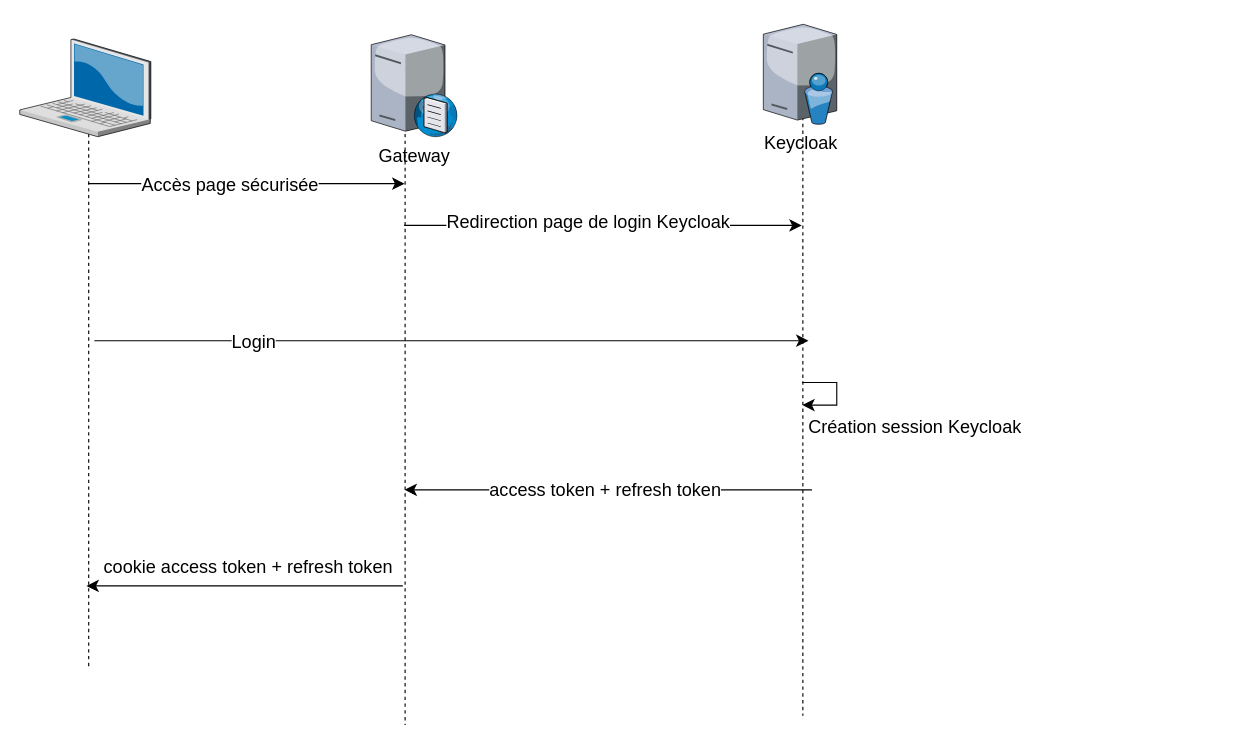
Before: flow-login.drawio in omasseau/drawio, a draw.io diagram. Source tidied: cells renumbered, new cells numbered last; positions are measured from the earlier drawing's top-left corner, leaving out a move shared by most shapes. Both pictures are drawn from the tidied source at 113%, with x=0, y=0 at pixel (19, 24).
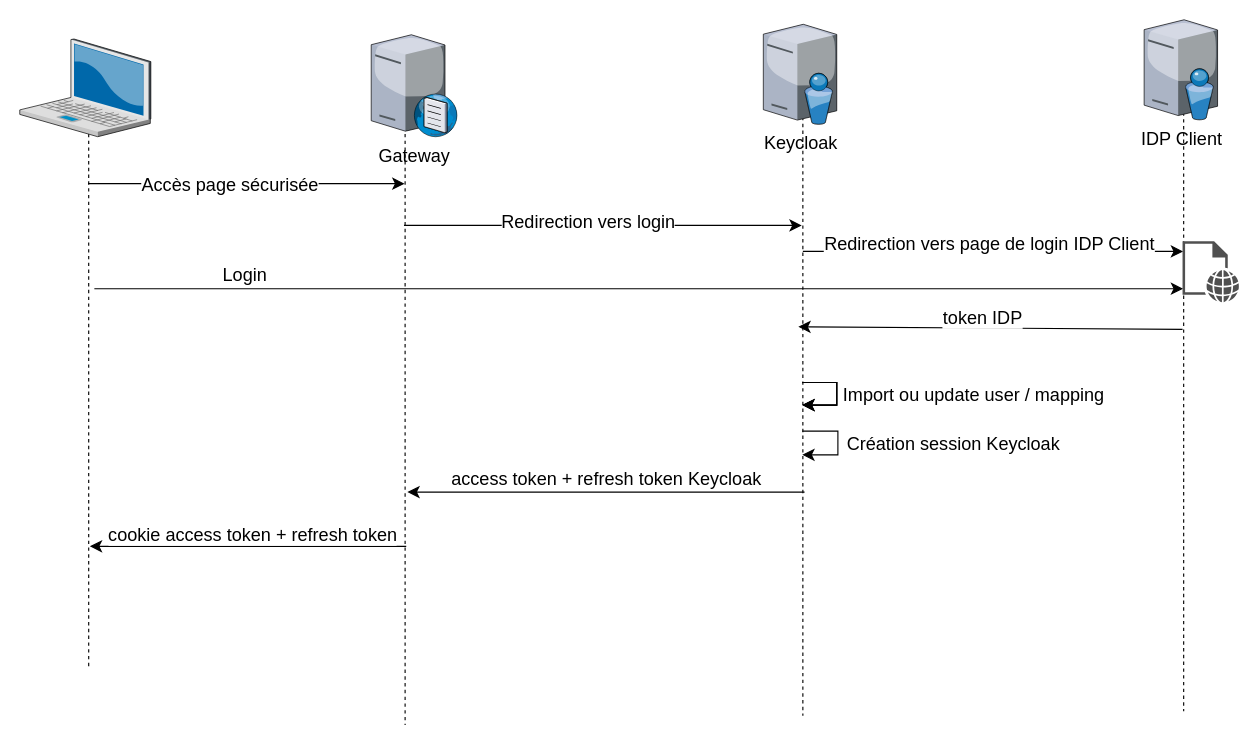
Above is the later version.

Unchanged cells that the change refers to:
```xml
<mxCell id="7" style="edgeStyle=none;curved=0;rounded=0;orthogonalLoop=1;jettySize=auto;html=1;fontSize=12;startSize=8;endSize=8;" parent="1" edge="1">
  <mxGeometry relative="1" as="geometry">
    <mxPoint x="340" y="178" as="sourcePoint" />
    <mxPoint x="692" y="178" as="targetPoint" />
  </mxGeometry>
</mxCell>
<mxCell id="11" style="shape=umlLifeline;perimeter=lifelinePerimeter;whiteSpace=wrap;html=1;outlineConnect=0;portConstraint=eastwest;newEdgeStyle={&quot;curved&quot;:0,&quot;rounded&quot;:0};participant=umlActor;fontSize=16;" parent="1" vertex="1">
  <mxGeometry x="331" y="45" width="20" height="575" as="geometry" />
</mxCell>
<mxCell id="14" style="shape=umlLifeline;perimeter=lifelinePerimeter;whiteSpace=wrap;html=1;outlineConnect=0;portConstraint=eastwest;newEdgeStyle={&quot;curved&quot;:0,&quot;rounded&quot;:0};participant=umlActor;fontSize=16;" parent="1" vertex="1">
  <mxGeometry x="683" y="42" width="20" height="570" as="geometry" />
</mxCell>
```

Change to the diagram source:
```diff
@@
     <mxCell id="4" style="edgeStyle=none;curved=0;rounded=0;orthogonalLoop=1;jettySize=auto;html=1;fontSize=12;startSize=8;endSize=8;" parent="1" edge="1">
       <mxGeometry relative="1" as="geometry">
-        <mxPoint x="66" y="280" as="sourcePoint" />
-        <mxPoint x="698" y="280" as="targetPoint" />
+        <mxPoint x="66" y="234" as="sourcePoint" />
+        <mxPoint x="1029.5" y="234" as="targetPoint" />
       </mxGeometry>
     </mxCell>
     <mxCell id="5" value="&lt;div&gt;Login&lt;/div&gt;" style="edgeLabel;html=1;align=center;verticalAlign=middle;fontSize=16;" parent="4" vertex="1">
       <mxGeometry x="0.45" y="-1" relative="1" as="geometry">
-        <mxPoint x="-318" y="-1" as="offset" />
+        <mxPoint x="-567" y="-14" as="offset" />
       </mxGeometry>
     </mxCell>
@@
-    <mxCell id="8" value="Redirection page de login Keycloak" style="edgeLabel;html=1;align=center;verticalAlign=middle;fontSize=16;" parent="7" vertex="1">
+    <mxCell id="8" value="Redirection vers login" style="edgeLabel;html=1;align=center;verticalAlign=middle;fontSize=16;" parent="7" vertex="1">
       <mxGeometry x="-0.08" y="4" relative="1" as="geometry" />
     </mxCell>
     <mxCell id="9" style="edgeStyle=none;curved=0;rounded=0;orthogonalLoop=1;jettySize=auto;html=1;fontSize=12;startSize=8;endSize=8;" parent="1" edge="1">
       <mxGeometry relative="1" as="geometry">
-        <mxPoint x="339" y="497" as="sourcePoint" />
-        <mxPoint x="59" y="497" as="targetPoint" />
+        <mxPoint x="342" y="462" as="sourcePoint" />
+        <mxPoint x="62" y="462" as="targetPoint" />
       </mxGeometry>
     </mxCell>
     <mxCell id="10" value="cookie access token + refresh token" style="edgeLabel;html=1;align=center;verticalAlign=middle;fontSize=16;" parent="9" vertex="1">
       <mxGeometry x="-0.48" y="-3" relative="1" as="geometry">
-        <mxPoint x="-65" y="-15" as="offset" />
+        <mxPoint x="-64" y="-8" as="offset" />
       </mxGeometry>
     </mxCell>
@@
-    <mxCell id="12" style="edgeStyle=none;curved=0;rounded=0;jettySize=auto;html=1;fontSize=12;startSize=8;endSize=8;" parent="1" edge="1" target="11">
+    <mxCell id="12" style="edgeStyle=none;curved=0;rounded=0;orthogonalLoop=1;jettySize=auto;html=1;fontSize=12;startSize=8;endSize=8;" parent="1" edge="1">
       <mxGeometry relative="1" as="geometry">
-        <mxPoint x="701" y="412" as="sourcePoint" />
+        <mxPoint x="694.5" y="414" as="sourcePoint" />
+        <mxPoint x="343" y="414" as="targetPoint" />
       </mxGeometry>
     </mxCell>
-    <mxCell id="13" value="access token + refresh token" style="edgeLabel;html=1;align=center;verticalAlign=middle;fontSize=16;" parent="12" vertex="1">
+    <mxCell id="13" value="access token + refresh token Keycloak" style="edgeLabel;html=1;align=center;verticalAlign=middle;fontSize=16;" parent="12" vertex="1">
       <mxGeometry x="0.33" y="-1" relative="1" as="geometry">
-        <mxPoint x="56" as="offset" />
+        <mxPoint x="58" y="-12" as="offset" />
       </mxGeometry>
     </mxCell>
+    <mxCell id="20" style="edgeStyle=none;curved=0;rounded=0;jettySize=auto;html=1;fontSize=12;startSize=8;endSize=8;" parent="1" edge="1" target="26">
+      <mxGeometry relative="1" as="geometry">
+        <mxPoint x="693" y="201" as="sourcePoint" />
+      </mxGeometry>
+    </mxCell>
+    <mxCell id="21" value="Redirection vers page de login IDP Client" style="edgeLabel;html=1;align=center;verticalAlign=middle;fontSize=16;" parent="20" vertex="1">
+      <mxGeometry x="0.29" y="4" relative="1" as="geometry">
+        <mxPoint x="-53" y="-4" as="offset" />
+      </mxGeometry>
+    </mxCell>
+    <mxCell id="22" style="edgeStyle=none;curved=0;rounded=0;orthogonalLoop=1;jettySize=auto;html=1;fontSize=12;startSize=8;endSize=8;" parent="1" edge="1" source="14" target="14">
+      <mxGeometry relative="1" as="geometry" />
+    </mxCell>
+    <mxCell id="23" style="edgeStyle=none;curved=0;rounded=0;orthogonalLoop=1;jettySize=auto;html=1;fontSize=12;startSize=8;endSize=8;" parent="1" edge="1" source="14" target="14">
+      <mxGeometry relative="1" as="geometry">
+        <Array as="points">
+          <mxPoint x="724" y="360" />
+          <mxPoint x="724" y="381" />
+          <mxPoint x="714" y="381" />
+        </Array>
+      </mxGeometry>
+    </mxCell>
+    <mxCell id="16" value="Création session Keycloak" style="edgeLabel;html=1;align=center;verticalAlign=middle;fontSize=16;" parent="23" vertex="1">
+      <mxGeometry x="-0.54" y="-4" relative="1" as="geometry">
+        <mxPoint x="114" y="6" as="offset" />
+      </mxGeometry>
+    </mxCell>
@@
-    <mxCell id="15" style="edgeStyle=none;curved=0;rounded=0;orthogonalLoop=1;jettySize=auto;html=1;fontSize=12;startSize=8;endSize=8;" parent="1" edge="1" source="14" target="14">
-      <mxGeometry relative="1" as="geometry" />
-    </mxCell>
-    <mxCell id="16" value="&lt;div&gt;Création session Keycloak&lt;/div&gt;" style="edgeLabel;html=1;align=center;verticalAlign=middle;fontSize=16;" parent="15" vertex="1">
-      <mxGeometry x="-0.59" y="1" relative="1" as="geometry">
-        <mxPoint x="82" y="39" as="offset" />
-      </mxGeometry>
-    </mxCell>
@@
+    <mxCell id="24" style="edgeStyle=none;curved=0;rounded=0;jettySize=auto;html=1;fontSize=12;startSize=8;endSize=8;entryX=0.3;entryY=0.396;entryDx=0;entryDy=0;entryPerimeter=0;" parent="1" edge="1" target="14">
+      <mxGeometry relative="1" as="geometry">
+        <mxPoint x="1029" y="270" as="sourcePoint" />
+      </mxGeometry>
+    </mxCell>
+    <mxCell id="25" value="token IDP" style="edgeLabel;html=1;align=center;verticalAlign=middle;fontSize=16;" parent="24" vertex="1">
+      <mxGeometry x="-0.27" y="3" relative="1" as="geometry">
+        <mxPoint x="-53" y="-13" as="offset" />
+      </mxGeometry>
+    </mxCell>
+    <mxCell id="26" style="shape=umlLifeline;perimeter=lifelinePerimeter;whiteSpace=wrap;html=1;outlineConnect=0;portConstraint=eastwest;newEdgeStyle={&quot;curved&quot;:0,&quot;rounded&quot;:0};participant=umlActor;fontSize=16;" parent="1" vertex="1">
+      <mxGeometry x="1020" y="38" width="20" height="570" as="geometry" />
+    </mxCell>
+    <mxCell id="27" value="IDP Client" style="verticalLabelPosition=bottom;sketch=0;html=1;verticalAlign=top;strokeColor=none;align=center;shape=mxgraph.citrix.directory_server;fontSize=16;" parent="1" vertex="1">
+      <mxGeometry x="995" y="-4" width="65" height="88.5" as="geometry" />
+    </mxCell>
+    <mxCell id="28" style="edgeStyle=none;curved=0;rounded=0;orthogonalLoop=1;jettySize=auto;html=1;fontSize=12;startSize=8;endSize=8;elbow=horizontal;" parent="1" edge="1" source="14" target="14">
+      <mxGeometry relative="1" as="geometry" />
+    </mxCell>
+    <mxCell id="29" value="Import ou update user / mapping" style="edgeLabel;html=1;align=center;verticalAlign=middle;fontSize=16;" parent="28" vertex="1">
+      <mxGeometry x="-0.52" relative="1" as="geometry">
+        <mxPoint x="132" y="10" as="offset" />
+      </mxGeometry>
+    </mxCell>
+    <mxCell id="30" style="edgeStyle=none;curved=0;rounded=0;orthogonalLoop=1;jettySize=auto;html=1;fontSize=12;startSize=8;endSize=8;" parent="1" edge="1" source="14" target="14">
+      <mxGeometry relative="1" as="geometry" />
+    </mxCell>
+    <mxCell id="31" style="sketch=0;shadow=0;dashed=0;html=1;strokeColor=none;fillColor=#505050;labelPosition=center;verticalLabelPosition=bottom;verticalAlign=top;align=center;shape=mxgraph.office.concepts.web_page;fontSize=16;" parent="1" vertex="1">
+      <mxGeometry x="1029" y="192" width="50" height="54" as="geometry" />
+    </mxCell>
```
